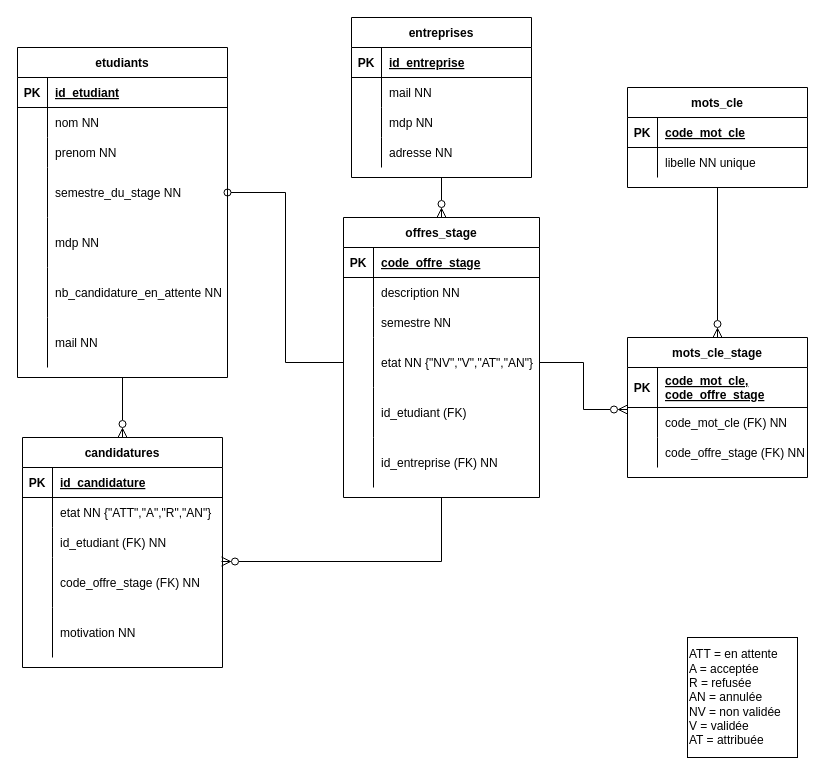
LucasLouies/BD2_Projet keeps this draw.io diagram as BD2_DSD.drawio. Above is the earlier version. Source tidied: cells renumbered, new cells numbered last; positions are measured from the earlier drawing's top-left corner, leaving out a move shared by most shapes. Both pictures are drawn from the tidied source at 100%, with x=0, y=0 at pixel (17, 17).
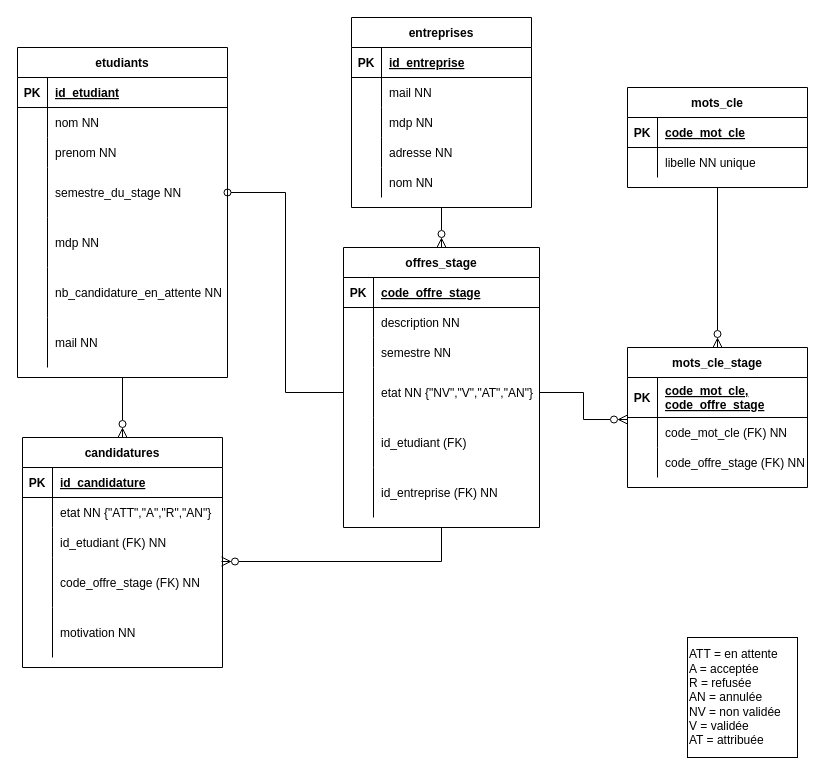
The same page after the edit.

The edit, as a diff of the source:
```diff
@@
     <mxCell id="3" value="entreprises" style="shape=table;startSize=30;childLayout=tableLayout;rowLines=0;fontStyle=1;align=center;" parent="1" vertex="1">
-      <mxGeometry x="334" width="180" height="160" as="geometry" />
+      <mxGeometry x="334" width="180" height="190" as="geometry" />
     </mxCell>
@@
+    <mxCell id="96" style="shape=tableRow;horizontal=0;startSize=0;swimlaneHead=0;swimlaneBody=0;fillColor=none;top=0;left=0;right=0;bottom=0;" parent="3" vertex="1">
+      <mxGeometry y="150" width="180" height="30" as="geometry" />
+    </mxCell>
+    <mxCell id="97" style="shape=partialRectangle;fillColor=none;top=0;left=0;bottom=0;right=0;overflow=hidden;" parent="96" vertex="1">
+      <mxGeometry width="30" height="30" as="geometry" />
+    </mxCell>
+    <mxCell id="98" value="nom NN" style="shape=partialRectangle;fillColor=none;top=0;left=0;bottom=0;right=0;align=left;spacingLeft=6;overflow=hidden;" parent="96" vertex="1">
+      <mxGeometry x="30" width="150" height="30" as="geometry" />
+    </mxCell>
@@
     <mxCell id="26" value="offres_stage" style="shape=table;startSize=30;childLayout=tableLayout;rowLines=0;fontStyle=1;align=center;" parent="1" vertex="1">
-      <mxGeometry x="326" y="200" width="196" height="280" as="geometry" />
+      <mxGeometry x="326" y="230" width="196" height="280" as="geometry" />
     </mxCell>
@@
     <mxCell id="85" value="mots_cle_stage" style="shape=table;startSize=30;childLayout=tableLayout;rowLines=0;fontStyle=1;align=center;" parent="1" vertex="1">
-      <mxGeometry x="610" y="320" width="180" height="140" as="geometry" />
+      <mxGeometry x="610" y="330" width="180" height="140" as="geometry" />
     </mxCell>
```
